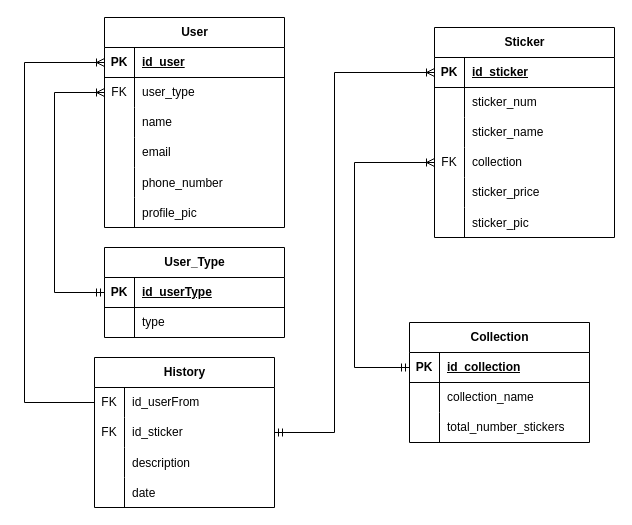
This is ModeloRelacional.drawio from FranciscoPPimenta/TW, a draw.io file, before an edit. Source tidied: cells renumbered, new cells numbered last; positions are measured from the earlier drawing's top-left corner, leaving out a move shared by most shapes. Both pictures are drawn from the tidied source at 100%, with x=0, y=0 at pixel (24, 17).
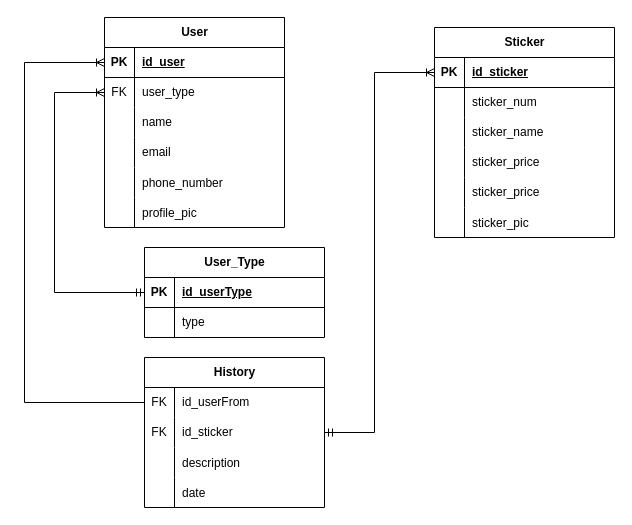
Above is the later version.

Unchanged cells that the change refers to:
```xml
<mxCell id="29" style="shape=tableRow;horizontal=0;startSize=0;swimlaneHead=0;swimlaneBody=0;fillColor=none;points=[[0,0.5],[1,0.5]];portConstraint=eastwest;top=0;left=0;right=0;bottom=1;" parent="28" vertex="1">
  <mxGeometry y="30" width="180" height="30" as="geometry" />
</mxCell>
<mxCell id="38" style="shape=tableRow;horizontal=0;startSize=0;swimlaneHead=0;swimlaneBody=0;fillColor=none;points=[[0,0.5],[1,0.5]];portConstraint=eastwest;top=0;left=0;right=0;bottom=0;" parent="28" vertex="1">
  <mxGeometry y="120" width="180" height="30" as="geometry" />
</mxCell>
<mxCell id="51" style="shape=tableRow;horizontal=0;startSize=0;swimlaneHead=0;swimlaneBody=0;fillColor=none;points=[[0,0.5],[1,0.5]];portConstraint=eastwest;top=0;left=0;right=0;bottom=0;" parent="47" vertex="1">
  <mxGeometry y="60" width="180" height="30" as="geometry" />
</mxCell>
```

Change to the diagram source:
```diff
@@
     <mxCell id="21" value="User_Type" style="shape=table;startSize=30;childLayout=tableLayout;rowLines=0;fontStyle=1;align=center;html=1;" parent="1" vertex="1">
-      <mxGeometry x="80" y="230" width="180" height="90" as="geometry" />
+      <mxGeometry x="120" y="230" width="180" height="90" as="geometry" />
     </mxCell>
@@
-    <mxCell id="39" value="FK" style="shape=partialRectangle;fillColor=none;top=0;left=0;bottom=0;right=0;fontStyle=0;overflow=hidden;whiteSpace=wrap;html=1;" parent="38" vertex="1">
-      <mxGeometry width="30" height="30" as="geometry" />
-    </mxCell>
-    <mxCell id="40" value="collection" style="shape=partialRectangle;fillColor=none;top=0;left=0;bottom=0;right=0;align=left;spacingLeft=6;fontStyle=0;overflow=hidden;whiteSpace=wrap;html=1;" parent="38" vertex="1">
-      <mxGeometry x="30" width="150" height="30" as="geometry" />
-    </mxCell>
+    <mxCell id="74" style="shape=partialRectangle;fillColor=none;top=0;left=0;bottom=0;right=0;overflow=hidden;whiteSpace=wrap;html=1;" parent="38" vertex="1">
+      <mxGeometry width="30" height="30" as="geometry" />
+    </mxCell>
+    <mxCell id="75" value="sticker_price" style="shape=partialRectangle;fillColor=none;top=0;left=0;bottom=0;right=0;align=left;spacingLeft=6;overflow=hidden;whiteSpace=wrap;html=1;" parent="38" vertex="1">
+      <mxGeometry x="30" width="150" height="30" as="geometry" />
+    </mxCell>
@@
     <mxCell id="47" value="History" style="shape=table;startSize=30;childLayout=tableLayout;rowLines=0;fontStyle=1;align=center;html=1;" parent="1" vertex="1">
-      <mxGeometry x="70" y="340" width="180" height="150" as="geometry" />
+      <mxGeometry x="120" y="340" width="180" height="150" as="geometry" />
     </mxCell>
@@
-    <mxCell id="60" value="Collection" style="shape=table;startSize=30;childLayout=tableLayout;rowLines=0;fontStyle=1;align=center;html=1;" parent="1" vertex="1">
-      <mxGeometry x="385" y="305" width="180" height="120" as="geometry" />
-    </mxCell>
-    <mxCell id="61" style="shape=tableRow;horizontal=0;startSize=0;swimlaneHead=0;swimlaneBody=0;fillColor=none;points=[[0,0.5],[1,0.5]];portConstraint=eastwest;top=0;left=0;right=0;bottom=1;" parent="60" vertex="1">
-      <mxGeometry y="30" width="180" height="30" as="geometry" />
-    </mxCell>
-    <mxCell id="62" value="PK" style="shape=partialRectangle;fillColor=none;top=0;left=0;bottom=0;right=0;fontStyle=1;overflow=hidden;whiteSpace=wrap;html=1;" parent="61" vertex="1">
-      <mxGeometry width="30" height="30" as="geometry" />
-    </mxCell>
-    <mxCell id="63" value="id_collection" style="shape=partialRectangle;fillColor=none;top=0;left=0;bottom=0;right=0;align=left;spacingLeft=6;fontStyle=5;overflow=hidden;whiteSpace=wrap;html=1;" parent="61" vertex="1">
-      <mxGeometry x="30" width="150" height="30" as="geometry" />
-    </mxCell>
-    <mxCell id="64" style="shape=tableRow;horizontal=0;startSize=0;swimlaneHead=0;swimlaneBody=0;fillColor=none;top=0;left=0;right=0;bottom=0;" parent="60" vertex="1">
-      <mxGeometry y="60" width="180" height="30" as="geometry" />
-    </mxCell>
-    <mxCell id="65" style="shape=partialRectangle;fillColor=none;top=0;left=0;bottom=0;right=0;overflow=hidden;whiteSpace=wrap;html=1;" parent="64" vertex="1">
-      <mxGeometry width="30" height="30" as="geometry" />
-    </mxCell>
-    <mxCell id="66" value="collection_name" style="shape=partialRectangle;fillColor=none;top=0;left=0;bottom=0;right=0;align=left;spacingLeft=6;overflow=hidden;whiteSpace=wrap;html=1;" parent="64" vertex="1">
-      <mxGeometry x="30" width="150" height="30" as="geometry" />
-    </mxCell>
-    <mxCell id="67" style="shape=tableRow;horizontal=0;startSize=0;swimlaneHead=0;swimlaneBody=0;fillColor=none;top=0;left=0;right=0;bottom=0;" parent="60" vertex="1">
-      <mxGeometry y="90" width="180" height="30" as="geometry" />
-    </mxCell>
-    <mxCell id="68" style="shape=partialRectangle;fillColor=none;top=0;left=0;bottom=0;right=0;overflow=hidden;whiteSpace=wrap;html=1;" parent="67" vertex="1">
-      <mxGeometry width="30" height="30" as="geometry" />
-    </mxCell>
-    <mxCell id="69" value="total_number_stickers" style="shape=partialRectangle;fillColor=none;top=0;left=0;bottom=0;right=0;align=left;spacingLeft=6;overflow=hidden;whiteSpace=wrap;html=1;" parent="67" vertex="1">
-      <mxGeometry x="30" width="150" height="30" as="geometry" />
-    </mxCell>
@@
-    <mxCell id="71" style="edgeStyle=orthogonalEdgeStyle;fontSize=12;html=1;endArrow=ERoneToMany;startArrow=ERmandOne;rounded=0;exitX=0;exitY=0.5;exitDx=0;exitDy=0;entryX=0;entryY=0.5;entryDx=0;entryDy=0;" parent="1" edge="1" source="61" target="38">
-      <mxGeometry relative="1" as="geometry">
-        <Array as="points">
-          <mxPoint x="330" y="350" />
-          <mxPoint x="330" y="145" />
-        </Array>
-      </mxGeometry>
-    </mxCell>
     <mxCell id="72" style="edgeStyle=orthogonalEdgeStyle;fontSize=12;html=1;endArrow=ERoneToMany;startArrow=ERmandOne;rounded=0;entryX=0;entryY=0.5;entryDx=0;entryDy=0;exitX=1;exitY=0.5;exitDx=0;exitDy=0;" parent="1" edge="1" source="51" target="29">
       <mxGeometry relative="1" as="geometry">
         <Array as="points">
-          <mxPoint x="310" y="415" />
-          <mxPoint x="310" y="55" />
+          <mxPoint x="350" y="415" />
+          <mxPoint x="350" y="55" />
         </Array>
       </mxGeometry>
     </mxCell>
```
